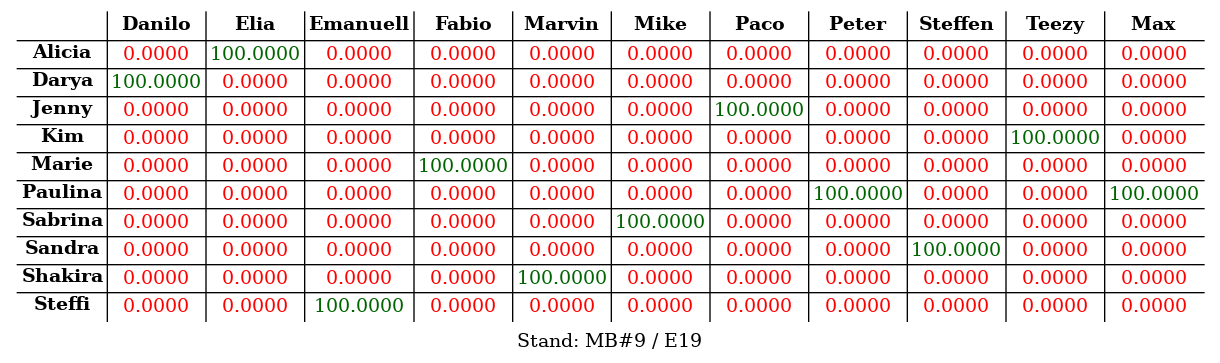
This is s03r/s03r_tab.png from atticus-sullivan/sim-ayto, a Graphviz export, as it was before one commit. Its source is kept beside it as s03r/s03r_tab.dot. Source of this version:
```dot
digraph structs { labelloc="b"; label="Stand: MB#9 / E19"; node[shape=plaintext] struct[label=<
<table cellspacing="2" border="0" rows="*" columns="*">
<tr>
<td></td>
<td><B>Danilo</B></td>
<td><B>Elia</B></td>
<td><B>Emanuell</B></td>
<td><B>Fabio</B></td>
<td><B>Marvin</B></td>
<td><B>Mike</B></td>
<td><B>Paco</B></td>
<td><B>Peter</B></td>
<td><B>Steffen</B></td>
<td><B>Teezy</B></td>
<td><B>Max</B></td>
</tr>
<tr>
<td><B>Alicia</B></td>
<td><font color="red">0.0000</font></td>
<td><font color="darkgreen">100.0000</font></td>
<td><font color="red">0.0000</font></td>
<td><font color="red">0.0000</font></td>
<td><font color="red">0.0000</font></td>
<td><font color="red">0.0000</font></td>
<td><font color="red">0.0000</font></td>
<td><font color="red">0.0000</font></td>
<td><font color="red">0.0000</font></td>
<td><font color="red">0.0000</font></td>
<td><font color="red">0.0000</font></td>
</tr>
<tr>
<td><B>Darya</B></td>
<td><font color="darkgreen">100.0000</font></td>
<td><font color="red">0.0000</font></td>
<td><font color="red">0.0000</font></td>
<td><font color="red">0.0000</font></td>
<td><font color="red">0.0000</font></td>
<td><font color="red">0.0000</font></td>
<td><font color="red">0.0000</font></td>
<td><font color="red">0.0000</font></td>
<td><font color="red">0.0000</font></td>
<td><font color="red">0.0000</font></td>
<td><font color="red">0.0000</font></td>
</tr>
<tr>
<td><B>Jenny</B></td>
<td><font color="red">0.0000</font></td>
<td><font color="red">0.0000</font></td>
<td><font color="red">0.0000</font></td>
<td><font color="red">0.0000</font></td>
<td><font color="red">0.0000</font></td>
<td><font color="red">0.0000</font></td>
<td><font color="darkgreen">100.0000</font></td>
<td><font color="red">0.0000</font></td>
<td><font color="red">0.0000</font></td>
<td><font color="red">0.0000</font></td>
<td><font color="red">0.0000</font></td>
</tr>
<tr>
<td><B>Kim</B></td>
<td><font color="red">0.0000</font></td>
<td><font color="red">0.0000</font></td>
<td><font color="red">0.0000</font></td>
<td><font color="red">0.0000</font></td>
<td><font color="red">0.0000</font></td>
<td><font color="red">0.0000</font></td>
<td><font color="red">0.0000</font></td>
<td><font color="red">0.0000</font></td>
<td><font color="red">0.0000</font></td>
<td><font color="darkgreen">100.0000</font></td>
<td><font color="red">0.0000</font></td>
</tr>
<tr>
<td><B>Marie</B></td>
<td><font color="red">0.0000</font></td>
<td><font color="red">0.0000</font></td>
<td><font color="red">0.0000</font></td>
<td><font color="darkgreen">100.0000</font></td>
<td><font color="red">0.0000</font></td>
<td><font color="red">0.0000</font></td>
<td><font color="red">0.0000</font></td>
<td><font color="red">0.0000</font></td>
<td><font color="red">0.0000</font></td>
<td><font color="red">0.0000</font></td>
<td><font color="red">0.0000</font></td>
</tr>
<tr>
<td><B>Paulina</B></td>
<td><font color="red">0.0000</font></td>
<td><font color="red">0.0000</font></td>
<td><font color="red">0.0000</font></td>
<td><font color="red">0.0000</font></td>
<td><font color="red">0.0000</font></td>
<td><font color="red">0.0000</font></td>
<td><font color="red">0.0000</font></td>
<td><font color="darkgreen">100.0000</font></td>
<td><font color="red">0.0000</font></td>
<td><font color="red">0.0000</font></td>
<td><font color="darkgreen">100.0000</font></td>
</tr>
<tr>
<td><B>Sabrina</B></td>
<td><font color="red">0.0000</font></td>
<td><font color="red">0.0000</font></td>
<td><font color="red">0.0000</font></td>
<td><font color="red">0.0000</font></td>
<td><font color="red">0.0000</font></td>
<td><font color="darkgreen">100.0000</font></td>
<td><font color="red">0.0000</font></td>
<td><font color="red">0.0000</font></td>
<td><font color="red">0.0000</font></td>
<td><font color="red">0.0000</font></td>
<td><font color="red">0.0000</font></td>
</tr>
<tr>
<td><B>Sandra</B></td>
<td><font color="red">0.0000</font></td>
<td><font color="red">0.0000</font></td>
<td><font color="red">0.0000</font></td>
<td><font color="red">0.0000</font></td>
<td><font color="red">0.0000</font></td>
<td><font color="red">0.0000</font></td>
<td><font color="red">0.0000</font></td>
<td><font color="red">0.0000</font></td>
<td><font color="darkgreen">100.0000</font></td>
<td><font color="red">0.0000</font></td>
<td><font color="red">0.0000</font></td>
</tr>
<tr>
<td><B>Shakira</B></td>
<td><font color="red">0.0000</font></td>
<td><font color="red">0.0000</font></td>
<td><font color="red">0.0000</font></td>
<td><font color="red">0.0000</font></td>
<td><font color="darkgreen">100.0000</font></td>
<td><font color="red">0.0000</font></td>
<td><font color="red">0.0000</font></td>
<td><font color="red">0.0000</font></td>
<td><font color="red">0.0000</font></td>
<td><font color="red">0.0000</font></td>
<td><font color="red">0.0000</font></td>
</tr>
<tr>
<td><B>Steffi</B></td>
<td><font color="red">0.0000</font></td>
<td><font color="red">0.0000</font></td>
<td><font color="darkgreen">100.0000</font></td>
<td><font color="red">0.0000</font></td>
<td><font color="red">0.0000</font></td>
<td><font color="red">0.0000</font></td>
<td><font color="red">0.0000</font></td>
<td><font color="red">0.0000</font></td>
<td><font color="red">0.0000</font></td>
<td><font color="red">0.0000</font></td>
<td><font color="red">0.0000</font></td>
</tr>
</table>
>];}
```
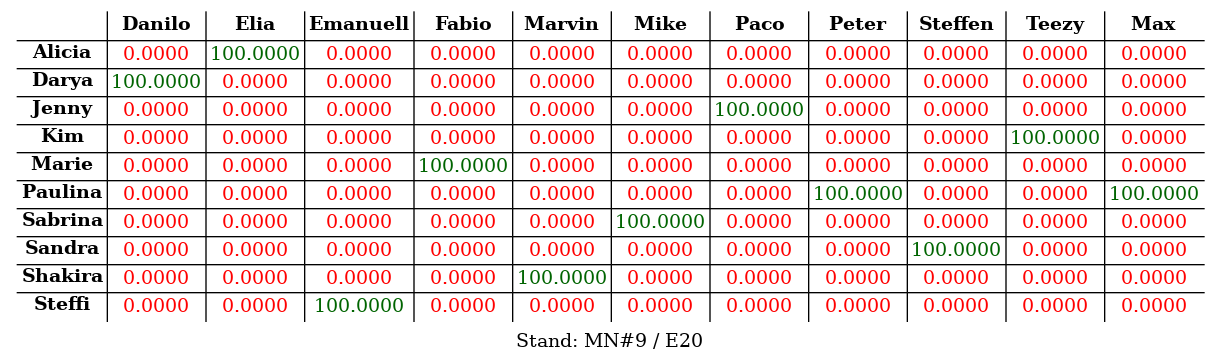
Above is the later version.

The edit, as a diff of the source:
```diff
@@ -1,4 +1,4 @@
-digraph structs { labelloc="b"; label="Stand: MB#9 / E19"; node[shape=plaintext] struct[label=<
+digraph structs { labelloc="b"; label="Stand: MN#9 / E20"; node[shape=plaintext] struct[label=<
 <table cellspacing="2" border="0" rows="*" columns="*">
 <tr>
 <td></td>
```
